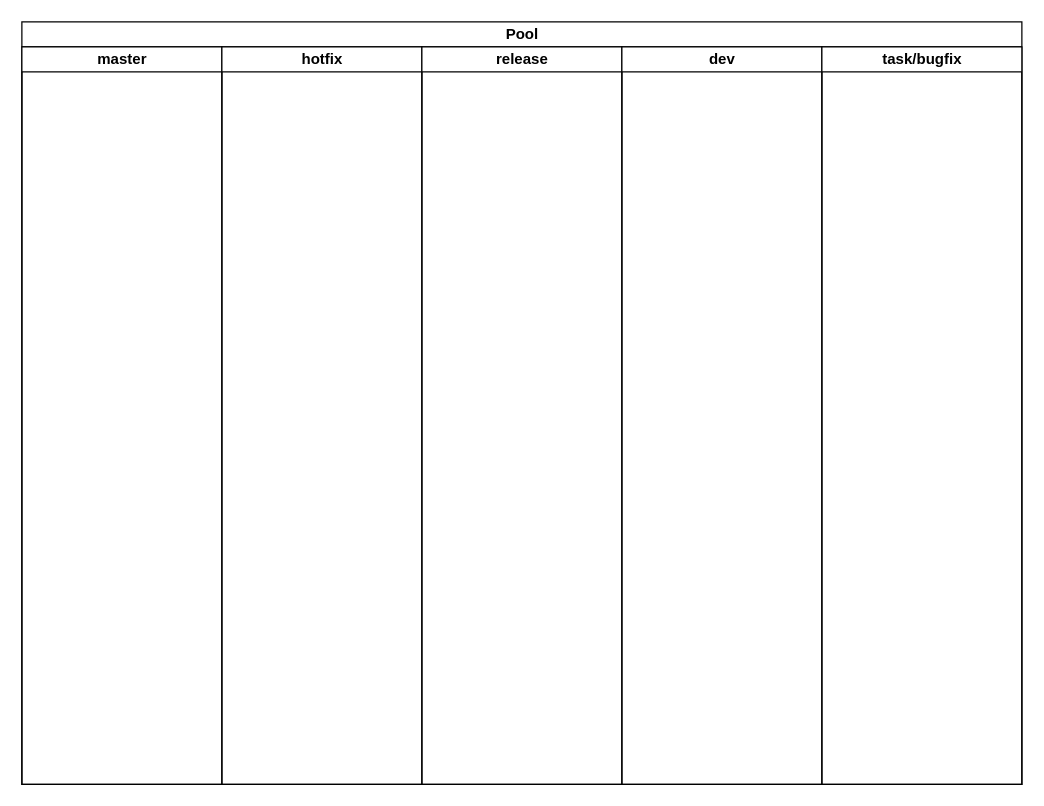
Earlier version of the draw.io diagram 版本管理流程.drawio (javascriptfield/drawio). Source tidied: cells renumbered, new cells numbered last; positions are measured from the earlier drawing's top-left corner, leaving out a move shared by most shapes. Both pictures are drawn from the tidied source at 125%, with x=0, y=0 at pixel (21, 21).
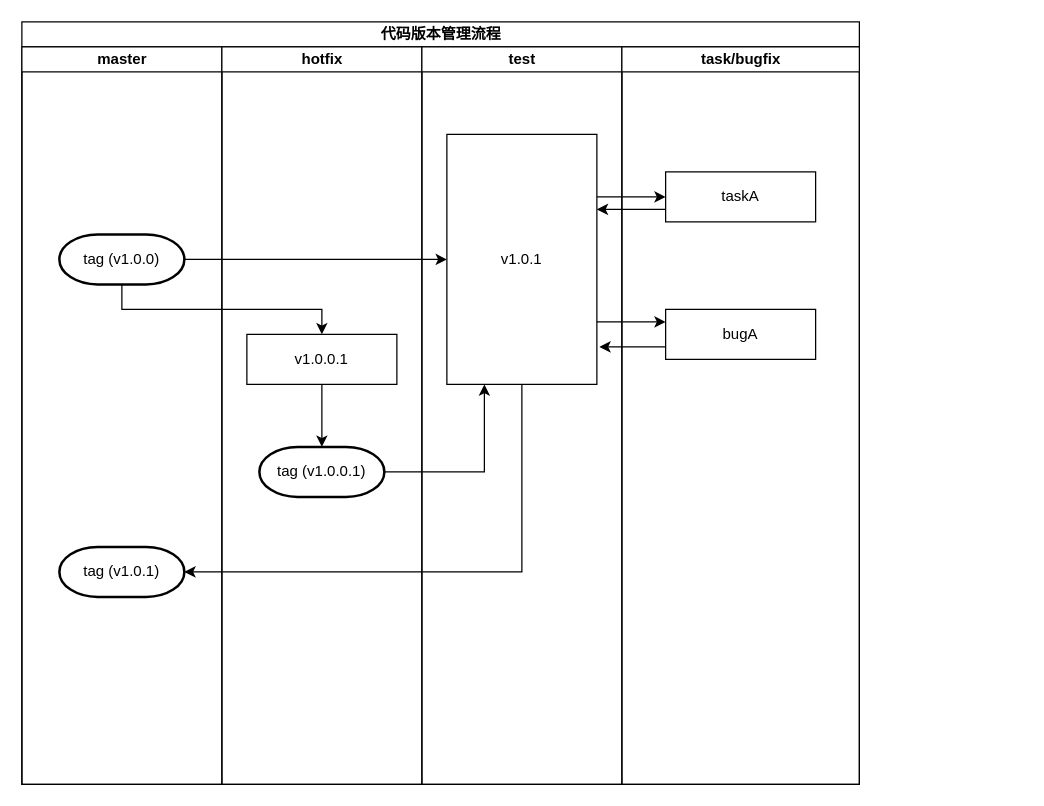
The same diagram, later.

Commit message:
更新版本管理流程.drawio

The change refers to these unchanged cells:
```xml
<mxCell id="3" value="master" style="swimlane;startSize=20;html=1;" parent="2" vertex="1">
  <mxGeometry y="20" width="160" height="590" as="geometry" />
</mxCell>
<mxCell id="4" value="hotfix" style="swimlane;startSize=20;html=1;" parent="2" vertex="1">
  <mxGeometry x="160" y="20" width="160" height="590" as="geometry" />
</mxCell>
```

What changed in the source:
```diff
@@
-    <mxCell id="2" value="Pool" style="swimlane;startSize=20;html=1;" parent="1" vertex="1">
-      <mxGeometry width="800" height="610" as="geometry" />
+    <mxCell id="2" value="代码版本管理流程" style="swimlane;startSize=20;html=1;" parent="1" vertex="1">
+      <mxGeometry width="670" height="610" as="geometry" />
     </mxCell>
@@
+    <mxCell id="8" value="tag (v1.0.0)" style="strokeWidth=2;html=1;shape=mxgraph.flowchart.terminator;whiteSpace=wrap;" parent="3" vertex="1">
+      <mxGeometry x="30" y="150" width="100" height="40" as="geometry" />
+    </mxCell>
+    <mxCell id="9" value="tag (v1.0.1)" style="strokeWidth=2;html=1;shape=mxgraph.flowchart.terminator;whiteSpace=wrap;" parent="3" vertex="1">
+      <mxGeometry x="30" y="400" width="100" height="40" as="geometry" />
+    </mxCell>
@@
+    <mxCell id="10" value="v1.0.0.1" style="rounded=0;whiteSpace=wrap;html=1;" parent="4" vertex="1">
+      <mxGeometry x="20" y="230" width="120" height="40" as="geometry" />
+    </mxCell>
+    <mxCell id="11" value="tag (v1.0.0.1)" style="strokeWidth=2;html=1;shape=mxgraph.flowchart.terminator;whiteSpace=wrap;" parent="4" vertex="1">
+      <mxGeometry x="30" y="320" width="100" height="40" as="geometry" />
+    </mxCell>
+    <mxCell id="12" style="edgeStyle=orthogonalEdgeStyle;rounded=0;jettySize=auto;html=1;exitX=0.5;exitY=1;exitDx=0;exitDy=0;entryX=0.5;entryY=0;entryDx=0;entryDy=0;entryPerimeter=0;" parent="4" edge="1" source="10" target="11">
+      <mxGeometry relative="1" as="geometry" />
+    </mxCell>
-    <mxCell id="5" value="release" style="swimlane;startSize=20;html=1;" parent="2" vertex="1">
+    <mxCell id="5" value="test" style="swimlane;startSize=20;html=1;" parent="2" vertex="1">
       <mxGeometry x="320" y="20" width="160" height="590" as="geometry" />
     </mxCell>
-    <mxCell id="6" value="dev" style="swimlane;startSize=20;html=1;" parent="2" vertex="1">
-      <mxGeometry x="480" y="20" width="160" height="590" as="geometry" />
-    </mxCell>
+    <mxCell id="13" value="v1.0.1" style="rounded=0;whiteSpace=wrap;html=1;" parent="5" vertex="1">
+      <mxGeometry x="20" y="70" width="120" height="200" as="geometry" />
+    </mxCell>
     <mxCell id="7" value="task/bugfix" style="swimlane;startSize=20;html=1;" parent="2" vertex="1">
-      <mxGeometry x="640" y="20" width="160" height="590" as="geometry" />
+      <mxGeometry x="480" y="20" width="190" height="590" as="geometry" />
     </mxCell>
+    <mxCell id="14" value="taskA" style="rounded=0;whiteSpace=wrap;html=1;" parent="7" vertex="1">
+      <mxGeometry x="35" y="100" width="120" height="40" as="geometry" />
+    </mxCell>
+    <mxCell id="15" value="bugA" style="rounded=0;whiteSpace=wrap;html=1;" parent="7" vertex="1">
+      <mxGeometry x="35" y="210" width="120" height="40" as="geometry" />
+    </mxCell>
+    <mxCell id="16" style="edgeStyle=orthogonalEdgeStyle;rounded=0;jettySize=auto;html=1;exitX=1;exitY=0.5;exitDx=0;exitDy=0;exitPerimeter=0;entryX=0;entryY=0.5;entryDx=0;entryDy=0;" parent="2" edge="1" source="8" target="13">
+      <mxGeometry relative="1" as="geometry" />
+    </mxCell>
+    <mxCell id="17" style="edgeStyle=orthogonalEdgeStyle;rounded=0;jettySize=auto;html=1;exitX=1;exitY=0.25;exitDx=0;exitDy=0;" parent="2" edge="1" source="13" target="14">
+      <mxGeometry relative="1" as="geometry" />
+    </mxCell>
+    <mxCell id="18" style="edgeStyle=orthogonalEdgeStyle;rounded=0;jettySize=auto;html=1;exitX=0;exitY=0.75;exitDx=0;exitDy=0;" parent="2" edge="1" source="14">
+      <mxGeometry relative="1" as="geometry">
+        <mxPoint x="460" y="150" as="targetPoint" />
+      </mxGeometry>
+    </mxCell>
+    <mxCell id="19" style="edgeStyle=orthogonalEdgeStyle;rounded=0;jettySize=auto;html=1;exitX=1;exitY=0.75;exitDx=0;exitDy=0;entryX=0;entryY=0.25;entryDx=0;entryDy=0;" parent="2" edge="1" source="13" target="15">
+      <mxGeometry relative="1" as="geometry" />
+    </mxCell>
+    <mxCell id="20" style="edgeStyle=orthogonalEdgeStyle;rounded=0;jettySize=auto;html=1;exitX=0;exitY=0.75;exitDx=0;exitDy=0;entryX=1.017;entryY=0.85;entryDx=0;entryDy=0;entryPerimeter=0;" parent="2" edge="1" source="15" target="13">
+      <mxGeometry relative="1" as="geometry" />
+    </mxCell>
+    <mxCell id="21" style="edgeStyle=orthogonalEdgeStyle;rounded=0;jettySize=auto;html=1;exitX=0.5;exitY=1;exitDx=0;exitDy=0;entryX=1;entryY=0.5;entryDx=0;entryDy=0;entryPerimeter=0;" parent="2" edge="1" source="13" target="9">
+      <mxGeometry relative="1" as="geometry" />
+    </mxCell>
+    <mxCell id="22" style="edgeStyle=orthogonalEdgeStyle;rounded=0;jettySize=auto;html=1;exitX=0.5;exitY=1;exitDx=0;exitDy=0;exitPerimeter=0;" parent="2" edge="1" source="8" target="10">
+      <mxGeometry relative="1" as="geometry" />
+    </mxCell>
+    <mxCell id="23" style="edgeStyle=orthogonalEdgeStyle;rounded=0;jettySize=auto;html=1;exitX=1;exitY=0.5;exitDx=0;exitDy=0;exitPerimeter=0;entryX=0.25;entryY=1;entryDx=0;entryDy=0;" parent="2" edge="1" source="11" target="13">
+      <mxGeometry relative="1" as="geometry" />
+    </mxCell>
```
